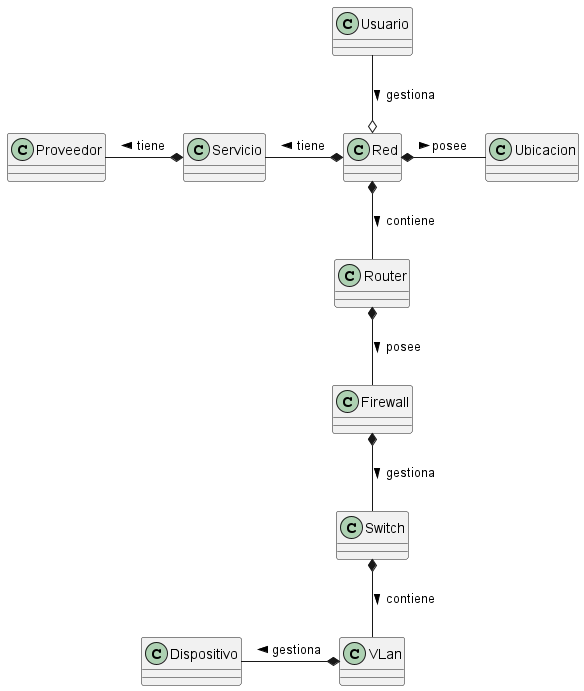
mmasias/IdSw1-22-23 keeps this PlantUML diagram as images/ModeloDeDominio.png. Above is the earlier version.
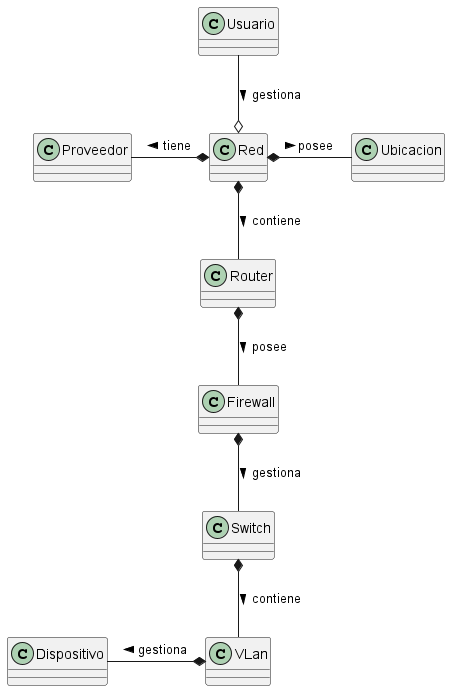
Later version of the same file.

The edit, as a diff of the source:
```diff
@@ -1,4 +1,4 @@
-@startuml proyecto
+@startuml ModeloDeDominio
 class Usuario
 class Red
 class Router
@@ -6,7 +6,6 @@
 class Firewall
 class Switch
 class Dispositivo
-class Servicio
 
 Usuario --o Red : gestiona >
 
@@ -14,8 +13,7 @@
 Red *-r- Ubicacion : posee >
 Red *-- Router : contiene >
 
-Red *-l- Servicio : tiene >
-Servicio *-l- Proveedor : tiene >
+Red *-l- Proveedor : tiene >
 
 Router *-- Firewall : posee >
 Firewall *-- Switch : gestiona >
```
